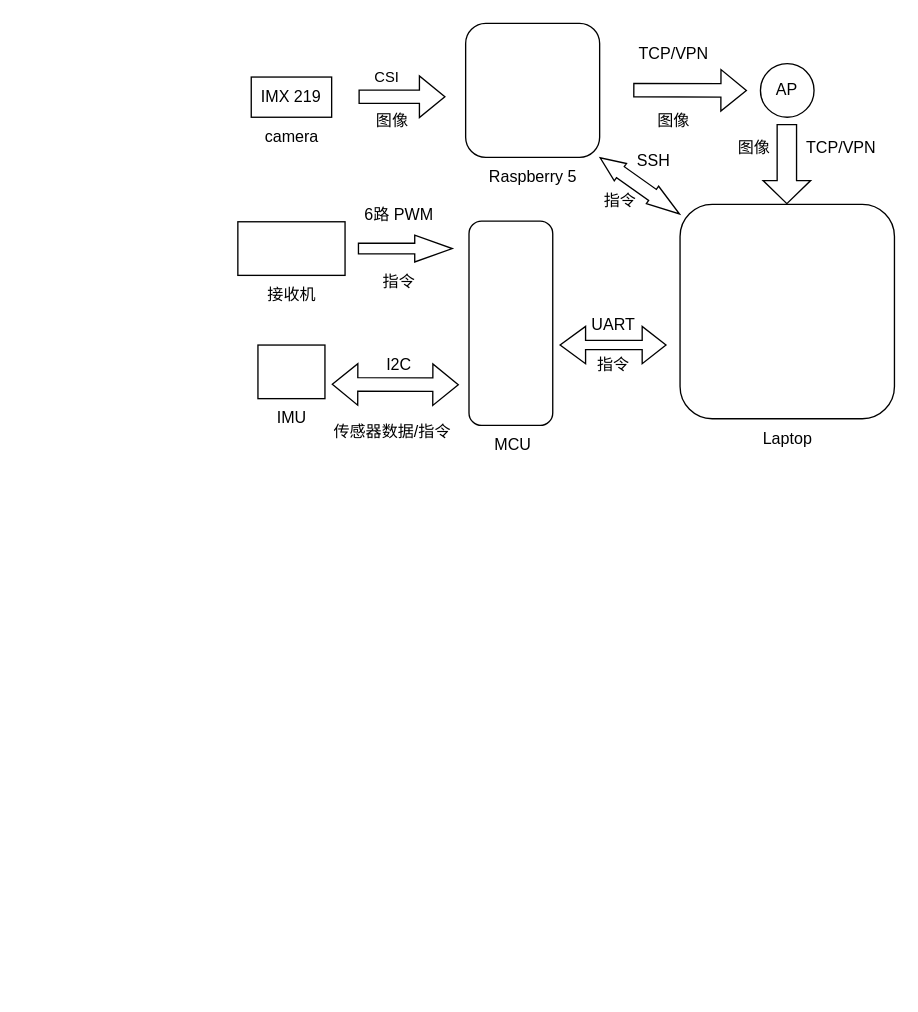
hello-dlrow/images keeps this draw.io diagram as 未命名绘图.drawio. Above is the earlier version. Source tidied: cells renumbered, new cells numbered last; positions are measured from the earlier drawing's top-left corner, leaving out a move shared by most shapes. Both pictures are drawn from the tidied source at 134%, with x=0, y=0 at pixel (237, 23).
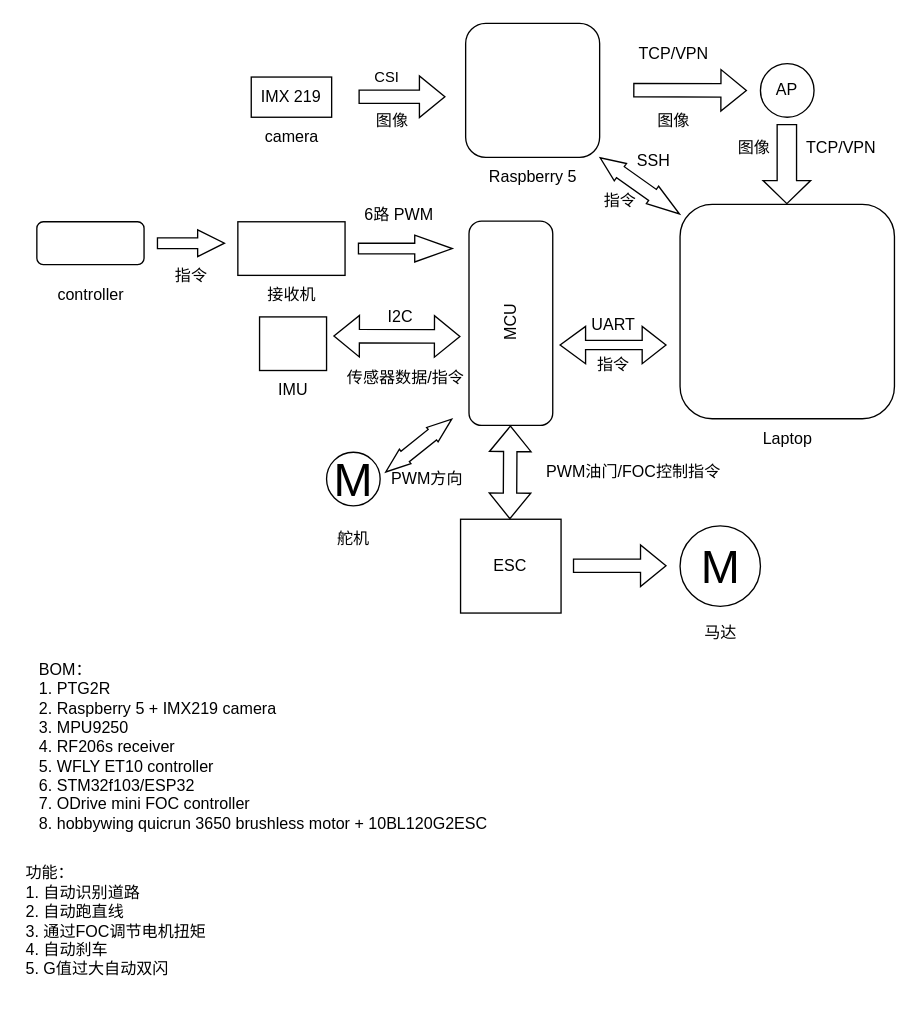
After the change.

Commit message:
更新未命名绘图.drawio

Change to the diagram source:
```diff
@@
-    <mxCell id="2" style="rounded=1;whiteSpace=wrap;html=1;rotation=-90;" parent="1" vertex="1">
+    <mxCell id="2" value="MCU" style="rounded=1;whiteSpace=wrap;html=1;rotation=-90;" parent="1" vertex="1">
       <mxGeometry x="127.5" y="192.5" width="152.5" height="62.5" as="geometry" />
     </mxCell>
@@
     <mxCell id="5" style="rounded=0;whiteSpace=wrap;html=1;" parent="1" vertex="1">
-      <mxGeometry x="15" y="240" width="50" height="40" as="geometry" />
+      <mxGeometry x="16.2" y="219" width="50" height="40" as="geometry" />
     </mxCell>
     <mxCell id="6" value="IMU" style="text;html=1;align=center;verticalAlign=middle;strokeColor=none;fillColor=none;" parent="1" vertex="1">
-      <mxGeometry x="15" y="280" width="50" height="30" as="geometry" />
+      <mxGeometry x="16.2" y="259" width="50" height="30" as="geometry" />
     </mxCell>
-    <mxCell id="7" value="MCU" style="text;html=1;align=center;verticalAlign=middle;strokeColor=none;fillColor=none;" parent="1" vertex="1">
-      <mxGeometry x="180" y="300" width="50" height="30" as="geometry" />
-    </mxCell>
@@
     <mxCell id="22" style="shape=flexArrow;endArrow=classic;startArrow=classic;html=1;rounded=0;" parent="1" edge="1">
       <mxGeometry relative="1" as="geometry">
-        <mxPoint x="165" y="269.6" as="sourcePoint" />
-        <mxPoint x="70" y="269.3" as="targetPoint" />
+        <mxPoint x="166.2" y="233.6" as="sourcePoint" />
+        <mxPoint x="71.2" y="233.3" as="targetPoint" />
       </mxGeometry>
     </mxCell>
     <mxCell id="23" value="I2C" style="text;html=1;align=center;verticalAlign=middle;strokeColor=none;fillColor=none;" parent="1" vertex="1">
-      <mxGeometry x="100" y="240" width="40" height="30" as="geometry" />
+      <mxGeometry x="101.2" y="204" width="40" height="30" as="geometry" />
     </mxCell>
@@
     <mxCell id="30" value="传感器数据/指令" style="text;html=1;align=center;verticalAlign=middle;strokeColor=none;fillColor=none;" parent="1" vertex="1">
-      <mxGeometry x="60" y="290" width="110" height="30" as="geometry" />
+      <mxGeometry x="70" y="250" width="110" height="30" as="geometry" />
     </mxCell>
@@
     <mxCell id="35" value="指令" style="text;html=1;align=center;verticalAlign=middle;strokeColor=none;fillColor=none;" parent="1" vertex="1">
-      <mxGeometry x="95" y="178" width="50" height="30" as="geometry" />
+      <mxGeometry x="-60" y="174" width="50" height="30" as="geometry" />
     </mxCell>
+    <mxCell id="36" style="rounded=1;whiteSpace=wrap;html=1;" parent="1" vertex="1">
+      <mxGeometry x="-150" y="148" width="80" height="32" as="geometry" />
+    </mxCell>
+    <mxCell id="37" value="controller" style="text;html=1;align=center;verticalAlign=middle;strokeColor=none;fillColor=none;" parent="1" vertex="1">
+      <mxGeometry x="-145" y="188" width="70" height="30" as="geometry" />
+    </mxCell>
+    <mxCell id="38" style="shape=singleArrow;whiteSpace=wrap;html=1;arrowWidth=0.4;arrowSize=0.4;" parent="1" vertex="1">
+      <mxGeometry x="-60" y="154" width="50" height="20" as="geometry" />
+    </mxCell>
+    <mxCell id="39" value="ESC" style="whiteSpace=wrap;html=1;" parent="1" vertex="1">
+      <mxGeometry x="166.2" y="370" width="75" height="70" as="geometry" />
+    </mxCell>
+    <mxCell id="40" style="shape=flexArrow;endArrow=classic;startArrow=classic;html=1;rounded=0;" parent="1" edge="1">
+      <mxGeometry relative="1" as="geometry">
+        <mxPoint x="203" y="370" as="sourcePoint" />
+        <mxPoint x="203.4" y="300" as="targetPoint" />
+      </mxGeometry>
+    </mxCell>
+    <mxCell id="41" value="PWM油门/FOC控制指令" style="text;html=1;align=center;verticalAlign=middle;strokeColor=none;fillColor=none;" parent="1" vertex="1">
+      <mxGeometry x="220" y="320" width="150" height="30" as="geometry" />
+    </mxCell>
+    <mxCell id="42" value="M" style="verticalLabelPosition=middle;shadow=0;dashed=0;align=center;html=1;verticalAlign=middle;strokeWidth=1;shape=ellipse;fontSize=35;" parent="1" vertex="1">
+      <mxGeometry x="330" y="375" width="60" height="60" as="geometry" />
+    </mxCell>
+    <mxCell id="43" style="shape=flexArrow;endArrow=classic;html=1;rounded=0;" parent="1" edge="1">
+      <mxGeometry relative="1" as="geometry">
+        <mxPoint x="250" y="404.7" as="sourcePoint" />
+        <mxPoint x="320" y="404.7" as="targetPoint" />
+      </mxGeometry>
+    </mxCell>
+    <mxCell id="44" value="M" style="verticalLabelPosition=middle;shadow=0;dashed=0;align=center;html=1;verticalAlign=middle;strokeWidth=1;shape=ellipse;fontSize=35;" parent="1" vertex="1">
+      <mxGeometry x="66.2" y="320" width="40" height="40" as="geometry" />
+    </mxCell>
+    <mxCell id="45" style="shape=flexArrow;endArrow=classic;startArrow=classic;html=1;rounded=0;startWidth=2.7586206896551726;startSize=5.841379310344828;endWidth=2.7586206896551726;endSize=5.841379310344828;" parent="1" edge="1">
+      <mxGeometry relative="1" as="geometry">
+        <mxPoint x="110" y="335" as="sourcePoint" />
+        <mxPoint x="160" y="295" as="targetPoint" />
+      </mxGeometry>
+    </mxCell>
+    <mxCell id="46" value="舵机" style="text;html=1;align=center;verticalAlign=middle;strokeColor=none;fillColor=none;" parent="1" vertex="1">
+      <mxGeometry x="61.2" y="370" width="50" height="30" as="geometry" />
+    </mxCell>
+    <mxCell id="47" value="马达" style="text;html=1;align=center;verticalAlign=middle;strokeColor=none;fillColor=none;" parent="1" vertex="1">
+      <mxGeometry x="335" y="440" width="50" height="30" as="geometry" />
+    </mxCell>
+    <mxCell id="48" value="PWM方向" style="text;html=1;align=center;verticalAlign=middle;strokeColor=none;fillColor=none;" parent="1" vertex="1">
+      <mxGeometry x="101.2" y="325" width="80" height="30" as="geometry" />
+    </mxCell>
+    <mxCell id="49" value="BOM：&lt;div&gt;&lt;div&gt;1. PTG2R&lt;/div&gt;&lt;div&gt;2. Raspberry 5 + IMX219 camera&lt;/div&gt;&lt;div&gt;3. MPU9250&lt;/div&gt;&lt;div&gt;4. RF206s receiver&lt;/div&gt;&lt;div&gt;5. WFLY ET10 controller&lt;/div&gt;&lt;div&gt;6. STM32f103/ESP32&lt;/div&gt;&lt;div&gt;7. ODrive mini FOC controller&lt;/div&gt;&lt;div&gt;8. hobbywing quicrun 3650 brushless motor + 10BL120G2ESC&lt;/div&gt;&lt;/div&gt;" style="text;html=1;align=left;verticalAlign=middle;strokeColor=none;fillColor=none;" parent="1" vertex="1">
+      <mxGeometry x="-150" y="470" width="360" height="140" as="geometry" />
+    </mxCell>
+    <mxCell id="50" value="功能：&lt;div&gt;1. 自动识别道路&lt;/div&gt;&lt;div&gt;2. 自动跑直线&lt;/div&gt;&lt;div&gt;3. 通过FOC调节电机扭矩&lt;/div&gt;&lt;div&gt;4. 自动刹车&lt;/div&gt;&lt;div&gt;5. G值过大自动双闪&lt;/div&gt;" style="text;html=1;align=left;verticalAlign=middle;strokeColor=none;fillColor=none;" parent="1" vertex="1">
+      <mxGeometry x="-160" y="620" width="160" height="100" as="geometry" />
+    </mxCell>
```
